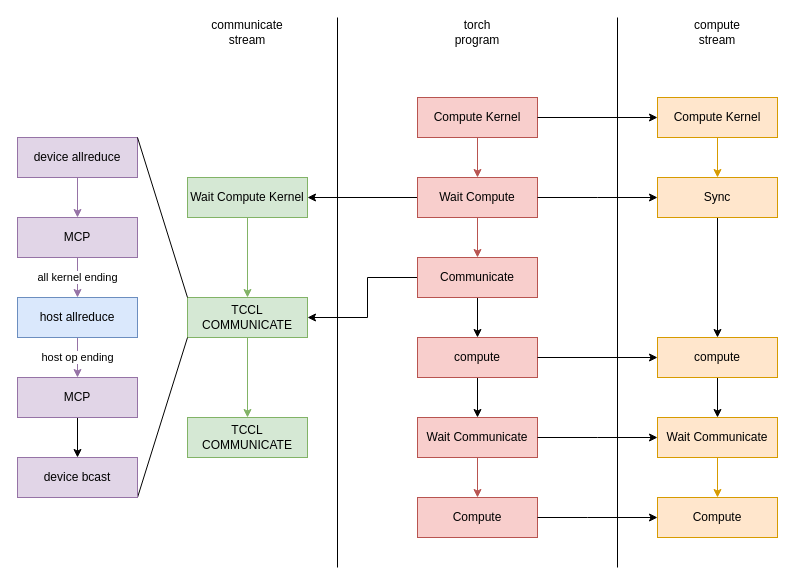
Above: torch.drawio in BEYHHH/SBLP (draw.io), before the change. Source tidied: cells renumbered, new cells numbered last; positions are measured from the earlier drawing's top-left corner, leaving out a move shared by most shapes. Both pictures are drawn from the tidied source at 100%, with x=0, y=0 at pixel (17, 17).
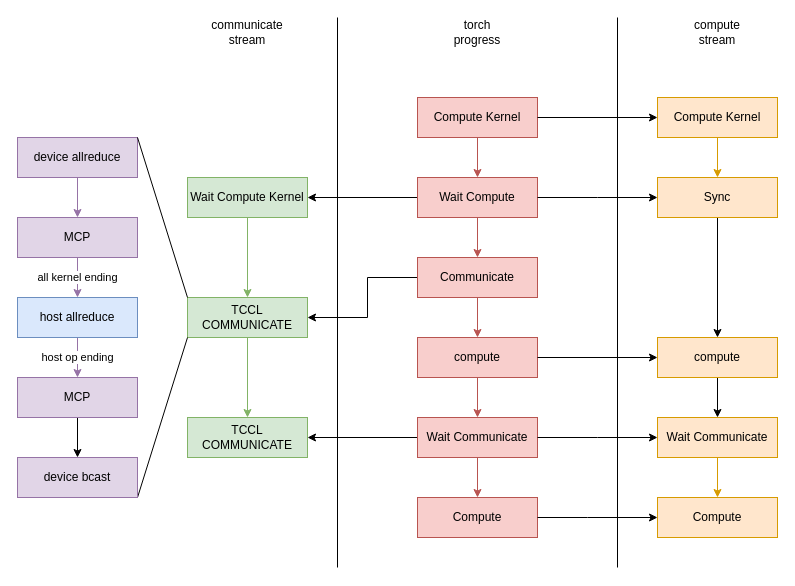
The same diagram, later.

Unchanged cells that the change refers to:
```xml
<mxCell id="13" value="TCCL COMMUNICATE" style="rounded=0;whiteSpace=wrap;html=1;fillColor=#d5e8d4;strokeColor=#82b366;" parent="1" vertex="1">
  <mxGeometry x="170" y="400" width="120" height="40" as="geometry" />
</mxCell>
<mxCell id="35" value="Communicate" style="rounded=0;whiteSpace=wrap;html=1;fillColor=#f8cecc;strokeColor=#b85450;" parent="1" vertex="1">
  <mxGeometry x="400" y="240" width="120" height="40" as="geometry" />
</mxCell>
<mxCell id="38" value="Wait Communicate" style="rounded=0;whiteSpace=wrap;html=1;fillColor=#f8cecc;strokeColor=#b85450;" parent="1" vertex="1">
  <mxGeometry x="400" y="400" width="120" height="40" as="geometry" />
</mxCell>
<mxCell id="45" value="compute" style="rounded=0;whiteSpace=wrap;html=1;fillColor=#f8cecc;strokeColor=#b85450;" parent="1" vertex="1">
  <mxGeometry x="400" y="320" width="120" height="40" as="geometry" />
</mxCell>
```

The edit, as a diff of the source:
```diff
@@
-    <mxCell id="34" style="edgeStyle=orthogonalEdgeStyle;rounded=0;jettySize=auto;html=1;" parent="1" edge="1" source="35" target="45">
+    <mxCell id="34" style="edgeStyle=orthogonalEdgeStyle;rounded=0;jettySize=auto;html=1;fillColor=#f8cecc;strokeColor=#b85450;" parent="1" edge="1" source="35" target="45">
       <mxGeometry relative="1" as="geometry" />
     </mxCell>
@@
+    <mxCell id="50" style="edgeStyle=orthogonalEdgeStyle;rounded=0;jettySize=auto;html=1;" parent="1" edge="1" source="38" target="13">
+      <mxGeometry relative="1" as="geometry" />
+    </mxCell>
@@
-    <mxCell id="42" value="torch&lt;br&gt;program" style="text;html=1;strokeColor=none;fillColor=none;align=center;verticalAlign=middle;whiteSpace=wrap;rounded=0;" parent="1" vertex="1">
+    <mxCell id="42" value="torch&lt;br&gt;progress" style="text;html=1;strokeColor=none;fillColor=none;align=center;verticalAlign=middle;whiteSpace=wrap;rounded=0;" parent="1" vertex="1">
       <mxGeometry x="430" width="60" height="30" as="geometry" />
     </mxCell>
@@
-    <mxCell id="44" style="edgeStyle=orthogonalEdgeStyle;rounded=0;jettySize=auto;html=1;" parent="1" edge="1" source="45" target="38">
+    <mxCell id="44" style="edgeStyle=orthogonalEdgeStyle;rounded=0;jettySize=auto;html=1;fillColor=#f8cecc;strokeColor=#b85450;" parent="1" edge="1" source="45" target="38">
       <mxGeometry relative="1" as="geometry" />
     </mxCell>
```
